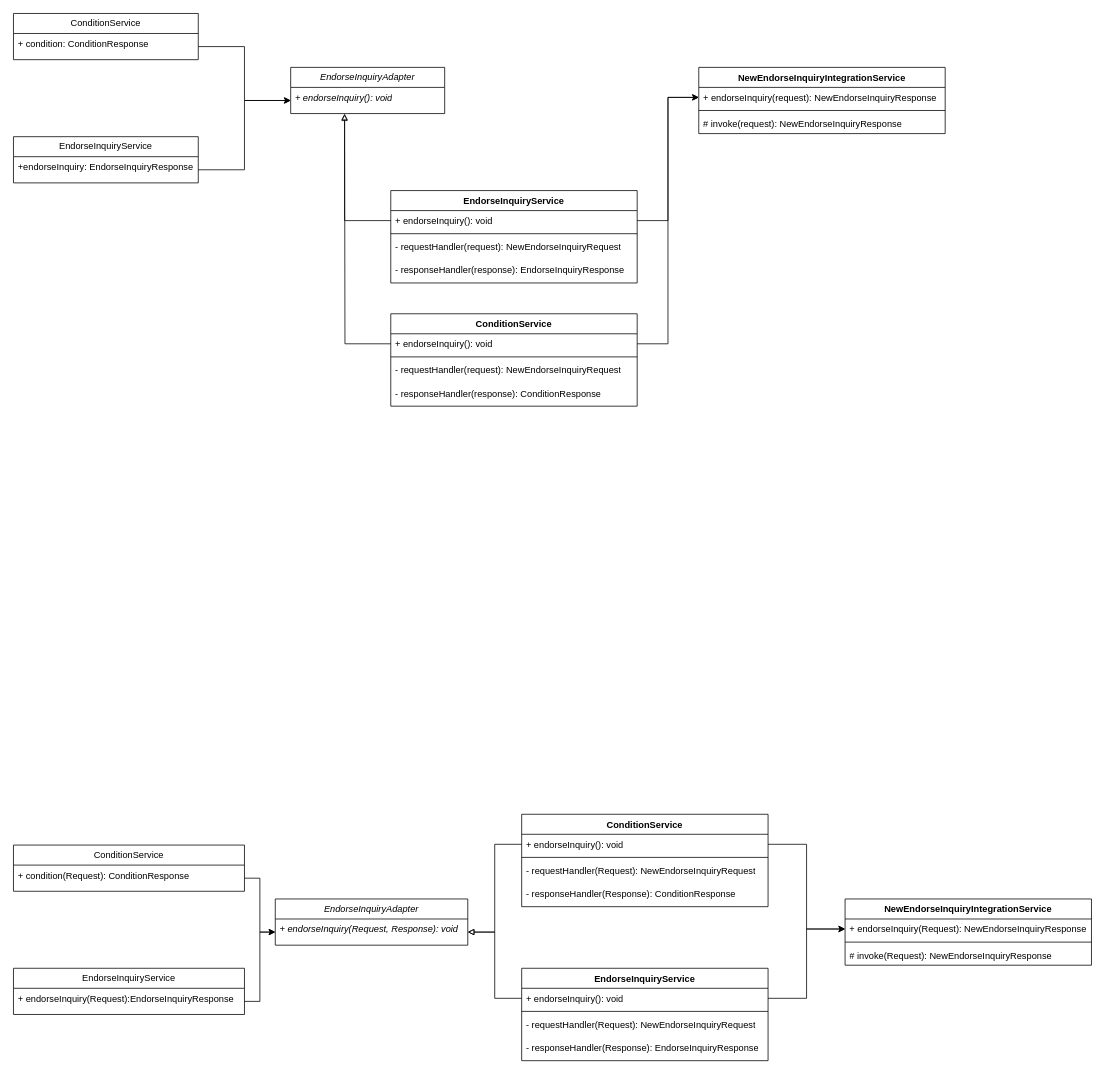
Before: page "Adapter" (3 of 4) of endorseInquiry.drawio in alphonsoxu/docs, a draw.io diagram. Source tidied: cells renumbered, new cells numbered last; positions are measured from the earlier drawing's top-left corner, leaving out a move shared by most shapes. Both pictures are drawn from the tidied source at 77%, with x=0, y=0 at pixel (13, 13).
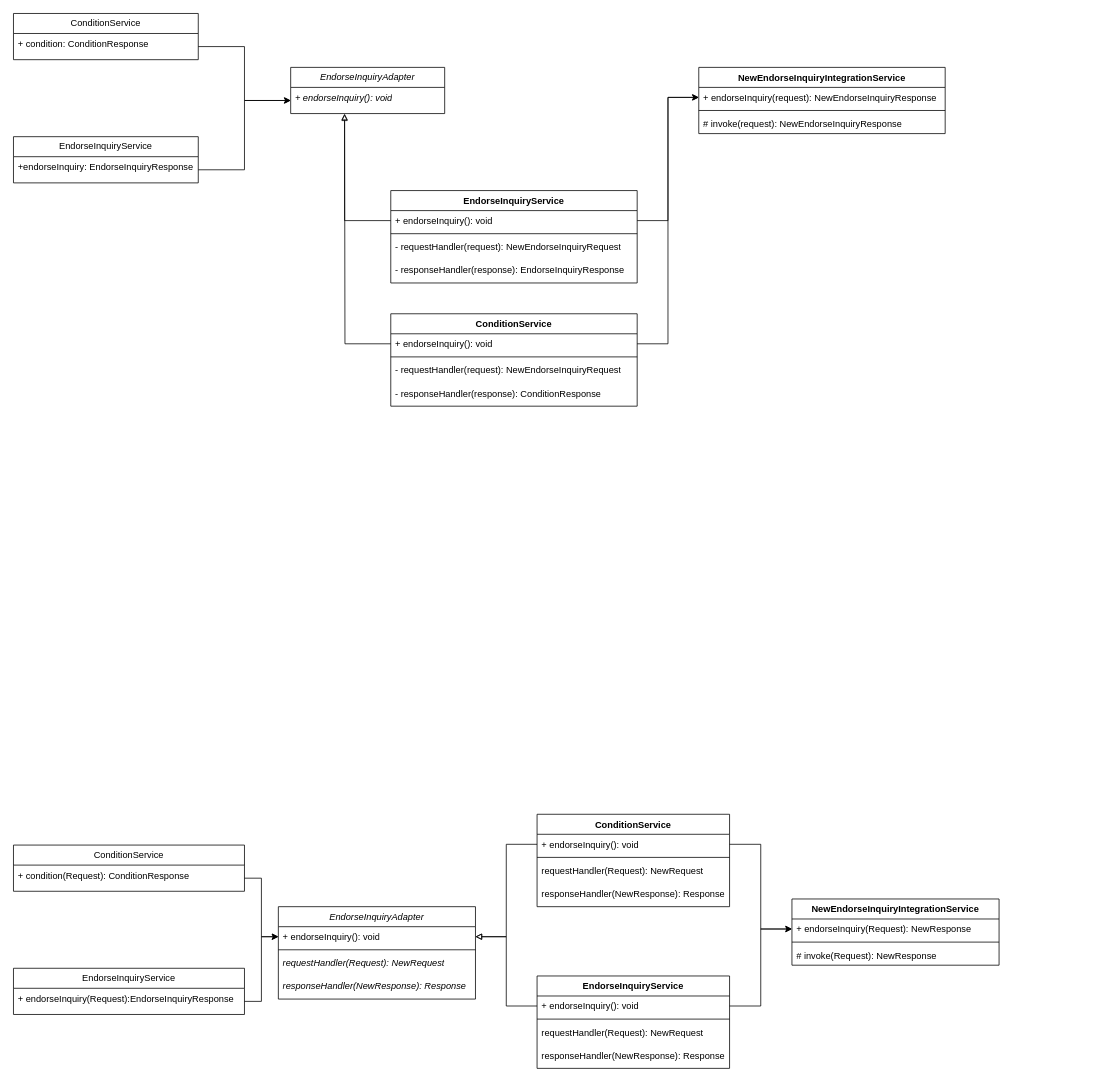
The same diagram, later.

Unchanged cells that the change refers to:
```xml
<mxCell id="29" value="+ condition(Request)&lt;span style=&quot;background-color: initial;&quot;&gt;:&amp;nbsp;&lt;/span&gt;ConditionResponse" style="text;strokeColor=none;fillColor=none;align=left;verticalAlign=top;spacingLeft=4;spacingRight=4;overflow=hidden;points=[[0,0.5],[1,0.5]];portConstraint=eastwest;whiteSpace=wrap;html=1;" parent="28" vertex="1">
  <mxGeometry y="26" width="300" height="34" as="geometry" />
</mxCell>
<mxCell id="50" value="+ endorseInquiry(Request):EndorseInquiryResponse" style="text;strokeColor=none;fillColor=none;align=left;verticalAlign=top;spacingLeft=4;spacingRight=4;overflow=hidden;points=[[0,0.5],[1,0.5]];portConstraint=eastwest;whiteSpace=wrap;html=1;" parent="49" vertex="1">
  <mxGeometry y="26" width="300" height="34" as="geometry" />
</mxCell>
```

Change to the diagram source:
```diff
@@
     <mxCell id="30" value="NewEndorseInquiryIntegrationService" style="swimlane;fontStyle=1;align=center;verticalAlign=top;horizontal=1;startSize=26;whiteSpace=wrap;html=1;" parent="1" vertex="1">
-      <mxGeometry x="1080" y="1150" width="320" height="86" as="geometry" />
+      <mxGeometry x="1011" y="1150" width="269" height="86" as="geometry" />
     </mxCell>
-    <mxCell id="31" value="+ endorseInquiry(Request): NewEndorseInquiryResponse" style="text;strokeColor=none;fillColor=none;align=left;verticalAlign=top;spacingLeft=4;spacingRight=4;overflow=hidden;points=[[0,0.5],[1,0.5]];portConstraint=eastwest;whiteSpace=wrap;html=1;" parent="30" vertex="1">
-      <mxGeometry y="26" width="320" height="26" as="geometry" />
+    <mxCell id="31" value="+ endorseInquiry(Request): NewResponse" style="text;strokeColor=none;fillColor=none;align=left;verticalAlign=top;spacingLeft=4;spacingRight=4;overflow=hidden;points=[[0,0.5],[1,0.5]];portConstraint=eastwest;whiteSpace=wrap;html=1;" parent="30" vertex="1">
+      <mxGeometry y="26" width="269" height="26" as="geometry" />
     </mxCell>
     <mxCell id="32" style="line;strokeWidth=1;fillColor=none;align=left;verticalAlign=middle;spacingTop=-1;spacingLeft=3;spacingRight=3;labelPosition=right;strokeColor=inherit;" parent="30" vertex="1">
-      <mxGeometry y="52" width="320" height="8" as="geometry" />
+      <mxGeometry y="52" width="269" height="8" as="geometry" />
     </mxCell>
-    <mxCell id="33" value="# invoke(Request): NewEndorseInquiryResponse" style="text;strokeColor=none;fillColor=none;align=left;verticalAlign=top;spacingLeft=4;spacingRight=4;overflow=hidden;whiteSpace=wrap;html=1;" parent="30" vertex="1">
-      <mxGeometry y="60" width="320" height="26" as="geometry" />
+    <mxCell id="33" value="# invoke(Request): NewResponse" style="text;strokeColor=none;fillColor=none;align=left;verticalAlign=top;spacingLeft=4;spacingRight=4;overflow=hidden;whiteSpace=wrap;html=1;" parent="30" vertex="1">
+      <mxGeometry y="60" width="269" height="26" as="geometry" />
     </mxCell>
     <mxCell id="34" value="EndorseInquiryService" style="swimlane;fontStyle=1;align=center;verticalAlign=top;horizontal=1;startSize=26;whiteSpace=wrap;html=1;" parent="1" vertex="1">
-      <mxGeometry x="660" y="1240" width="320" height="120" as="geometry" />
+      <mxGeometry x="680" y="1250" width="250" height="120" as="geometry" />
     </mxCell>
     <mxCell id="35" value="+ endorseInquiry(): void" style="text;strokeColor=none;fillColor=none;align=left;verticalAlign=top;spacingLeft=4;spacingRight=4;overflow=hidden;points=[[0,0.5],[1,0.5]];portConstraint=eastwest;whiteSpace=wrap;html=1;" parent="34" vertex="1">
-      <mxGeometry y="26" width="320" height="26" as="geometry" />
+      <mxGeometry y="26" width="250" height="26" as="geometry" />
     </mxCell>
     <mxCell id="36" style="line;strokeWidth=1;fillColor=none;align=left;verticalAlign=middle;spacingTop=-1;spacingLeft=3;spacingRight=3;labelPosition=right;strokeColor=inherit;" parent="34" vertex="1">
-      <mxGeometry y="52" width="320" height="8" as="geometry" />
+      <mxGeometry y="52" width="250" height="8" as="geometry" />
     </mxCell>
-    <mxCell id="37" value="- requestHandler(Request): NewEndorseInquiryRequest" style="text;strokeColor=none;fillColor=none;align=left;verticalAlign=top;spacingLeft=4;spacingRight=4;overflow=hidden;whiteSpace=wrap;html=1;" parent="34" vertex="1">
-      <mxGeometry y="60" width="320" height="30" as="geometry" />
+    <mxCell id="37" value="requestHandler(Request): NewRequest" style="text;strokeColor=none;fillColor=none;align=left;verticalAlign=top;spacingLeft=4;spacingRight=4;overflow=hidden;whiteSpace=wrap;html=1;" parent="34" vertex="1">
+      <mxGeometry y="60" width="250" height="30" as="geometry" />
     </mxCell>
-    <mxCell id="38" value="- responseHandler(Response): EndorseInquiryResponse" style="text;strokeColor=none;fillColor=none;align=left;verticalAlign=top;spacingLeft=4;spacingRight=4;overflow=hidden;whiteSpace=wrap;html=1;" parent="34" vertex="1">
-      <mxGeometry y="90" width="320" height="30" as="geometry" />
+    <mxCell id="38" value="responseHandler(NewResponse): Response" style="text;strokeColor=none;fillColor=none;align=left;verticalAlign=top;spacingLeft=4;spacingRight=4;overflow=hidden;whiteSpace=wrap;html=1;" parent="34" vertex="1">
+      <mxGeometry y="90" width="250" height="30" as="geometry" />
     </mxCell>
-    <mxCell id="39" value="&lt;i&gt;EndorseInquiryAdapter&lt;/i&gt;" style="swimlane;fontStyle=0;horizontal=1;startSize=26;fillColor=none;whiteSpace=wrap;html=1;" parent="1" vertex="1">
-      <mxGeometry x="340" y="1150" width="250" height="60" as="geometry" />
-    </mxCell>
-    <mxCell id="40" value="&lt;i&gt;+ endorseInquiry(Request, Response)&lt;span style=&quot;background-color: initial;&quot;&gt;:&amp;nbsp;&lt;/span&gt;void&lt;/i&gt;" style="text;strokeColor=none;fillColor=none;align=left;verticalAlign=top;spacingLeft=4;spacingRight=4;overflow=hidden;points=[[0,0.5],[1,0.5]];portConstraint=eastwest;whiteSpace=wrap;html=1;" parent="39" vertex="1">
-      <mxGeometry y="26" width="250" height="34" as="geometry" />
-    </mxCell>
-    <mxCell id="41" style="edgeStyle=orthogonalEdgeStyle;rounded=0;jettySize=auto;html=1;entryX=0;entryY=0.5;entryDx=0;entryDy=0;" parent="1" edge="1" source="29" target="40">
+    <mxCell id="41" style="edgeStyle=orthogonalEdgeStyle;rounded=0;jettySize=auto;html=1;entryX=0;entryY=0.5;entryDx=0;entryDy=0;" parent="1" edge="1" source="29" target="54">
       <mxGeometry relative="1" as="geometry" />
     </mxCell>
     <mxCell id="42" value="ConditionService" style="swimlane;fontStyle=1;align=center;verticalAlign=top;horizontal=1;startSize=26;whiteSpace=wrap;html=1;" parent="1" vertex="1">
-      <mxGeometry x="660" y="1040" width="320" height="120" as="geometry" />
+      <mxGeometry x="680" y="1040" width="250" height="120" as="geometry" />
     </mxCell>
     <mxCell id="43" value="+ endorseInquiry(): void" style="text;strokeColor=none;fillColor=none;align=left;verticalAlign=top;spacingLeft=4;spacingRight=4;overflow=hidden;points=[[0,0.5],[1,0.5]];portConstraint=eastwest;whiteSpace=wrap;html=1;" parent="42" vertex="1">
-      <mxGeometry y="26" width="320" height="26" as="geometry" />
+      <mxGeometry y="26" width="250" height="26" as="geometry" />
     </mxCell>
     <mxCell id="44" style="line;strokeWidth=1;fillColor=none;align=left;verticalAlign=middle;spacingTop=-1;spacingLeft=3;spacingRight=3;labelPosition=right;strokeColor=inherit;" parent="42" vertex="1">
-      <mxGeometry y="52" width="320" height="8" as="geometry" />
+      <mxGeometry y="52" width="250" height="8" as="geometry" />
     </mxCell>
-    <mxCell id="45" value="- requestHandler(Request): NewEndorseInquiryRequest" style="text;strokeColor=none;fillColor=none;align=left;verticalAlign=top;spacingLeft=4;spacingRight=4;overflow=hidden;whiteSpace=wrap;html=1;" parent="42" vertex="1">
-      <mxGeometry y="60" width="320" height="30" as="geometry" />
+    <mxCell id="45" value="requestHandler(Request): NewRequest" style="text;strokeColor=none;fillColor=none;align=left;verticalAlign=top;spacingLeft=4;spacingRight=4;overflow=hidden;whiteSpace=wrap;html=1;" parent="42" vertex="1">
+      <mxGeometry y="60" width="250" height="30" as="geometry" />
     </mxCell>
-    <mxCell id="46" value="- responseHandler(Response): ConditionResponse" style="text;strokeColor=none;fillColor=none;align=left;verticalAlign=top;spacingLeft=4;spacingRight=4;overflow=hidden;whiteSpace=wrap;html=1;" parent="42" vertex="1">
-      <mxGeometry y="90" width="320" height="30" as="geometry" />
+    <mxCell id="46" value="responseHandler(NewResponse): Response" style="text;strokeColor=none;fillColor=none;align=left;verticalAlign=top;spacingLeft=4;spacingRight=4;overflow=hidden;whiteSpace=wrap;html=1;" parent="42" vertex="1">
+      <mxGeometry y="90" width="250" height="30" as="geometry" />
     </mxCell>
@@
-    <mxCell id="51" style="edgeStyle=orthogonalEdgeStyle;rounded=0;jettySize=auto;html=1;entryX=0;entryY=0.5;entryDx=0;entryDy=0;" parent="1" edge="1" source="50" target="40">
+    <mxCell id="51" style="edgeStyle=orthogonalEdgeStyle;rounded=0;jettySize=auto;html=1;entryX=0;entryY=0.5;entryDx=0;entryDy=0;" parent="1" edge="1" source="50" target="54">
       <mxGeometry relative="1" as="geometry" />
     </mxCell>
-    <mxCell id="52" style="edgeStyle=orthogonalEdgeStyle;rounded=0;jettySize=auto;html=1;entryX=1;entryY=0.5;entryDx=0;entryDy=0;endArrow=block;endFill=0;" parent="1" edge="1" source="43" target="40">
+    <mxCell id="52" style="edgeStyle=orthogonalEdgeStyle;rounded=0;jettySize=auto;html=1;entryX=1;entryY=0.5;entryDx=0;entryDy=0;endArrow=block;endFill=0;" parent="1" edge="1" source="43" target="54">
       <mxGeometry relative="1" as="geometry" />
     </mxCell>
-    <mxCell id="53" style="edgeStyle=orthogonalEdgeStyle;rounded=0;jettySize=auto;html=1;entryX=1;entryY=0.5;entryDx=0;entryDy=0;endArrow=block;endFill=0;" parent="1" edge="1" source="35" target="40">
+    <mxCell id="53" style="edgeStyle=orthogonalEdgeStyle;rounded=0;jettySize=auto;html=1;entryX=1;entryY=0.5;entryDx=0;entryDy=0;endArrow=block;endFill=0;" parent="1" edge="1" source="35" target="54">
       <mxGeometry relative="1" as="geometry" />
     </mxCell>
+    <mxCell id="39" value="&lt;i style=&quot;border-color: var(--border-color); font-weight: 400;&quot;&gt;EndorseInquiryAdapter&lt;/i&gt;" style="swimlane;fontStyle=1;align=center;verticalAlign=top;horizontal=1;startSize=26;whiteSpace=wrap;html=1;" parent="1" vertex="1">
+      <mxGeometry x="344" y="1160" width="256" height="120" as="geometry" />
+    </mxCell>
+    <mxCell id="54" value="+ endorseInquiry(): void" style="text;strokeColor=none;fillColor=none;align=left;verticalAlign=top;spacingLeft=4;spacingRight=4;overflow=hidden;points=[[0,0.5],[1,0.5]];portConstraint=eastwest;whiteSpace=wrap;html=1;" parent="39" vertex="1">
+      <mxGeometry y="26" width="256" height="26" as="geometry" />
+    </mxCell>
+    <mxCell id="55" style="line;strokeWidth=1;fillColor=none;align=left;verticalAlign=middle;spacingTop=-1;spacingLeft=3;spacingRight=3;labelPosition=right;strokeColor=inherit;" parent="39" vertex="1">
+      <mxGeometry y="52" width="256" height="8" as="geometry" />
+    </mxCell>
+    <mxCell id="56" value="&lt;i&gt;requestHandler(Request): NewRequest&lt;/i&gt;" style="text;strokeColor=none;fillColor=none;align=left;verticalAlign=top;spacingLeft=4;spacingRight=4;overflow=hidden;whiteSpace=wrap;html=1;" parent="39" vertex="1">
+      <mxGeometry y="60" width="256" height="30" as="geometry" />
+    </mxCell>
+    <mxCell id="57" value="&lt;i&gt;responseHandler(NewResponse): Response&lt;/i&gt;" style="text;strokeColor=none;fillColor=none;align=left;verticalAlign=top;spacingLeft=4;spacingRight=4;overflow=hidden;whiteSpace=wrap;html=1;" parent="39" vertex="1">
+      <mxGeometry y="90" width="256" height="30" as="geometry" />
+    </mxCell>
```
